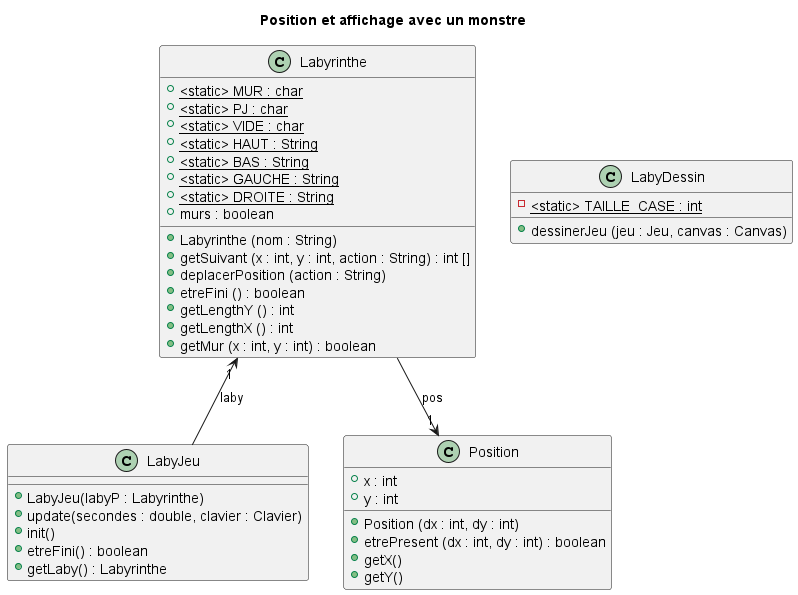
Above: racine_depot/documents/version_2/diagClass_posInitiale-Position_et_affichage_avec_un_monstre.png in Hugo-COLLIN/BUT_INFO_S2_2022_Zeldiablo (PlantUML), before the change.
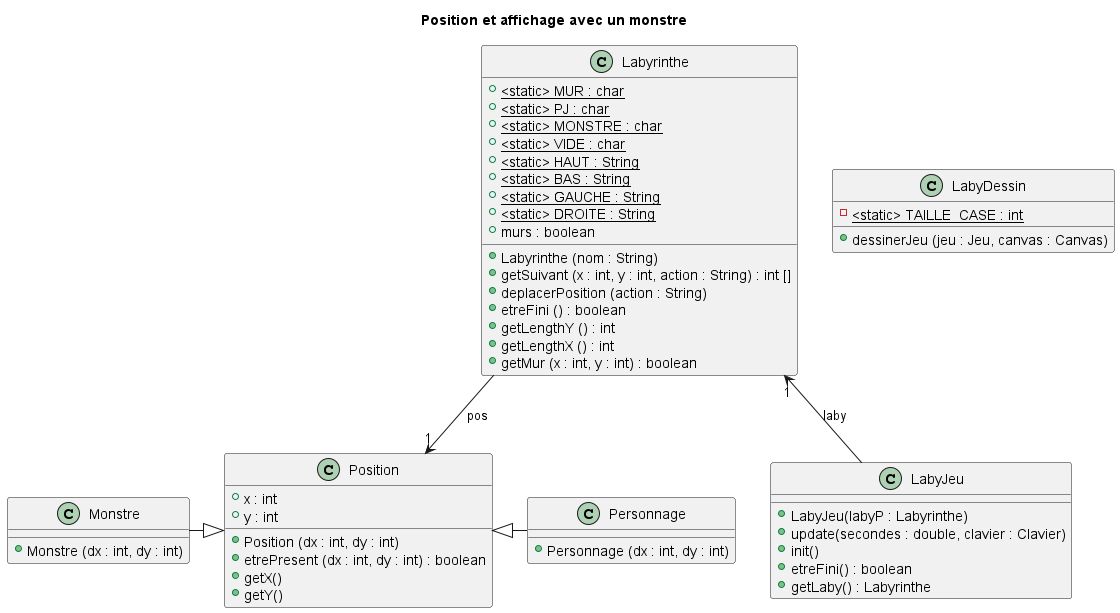
The same diagram one commit later.

Commit message:
diagClass update avec extends position

The edit, as a diff of the source:
```diff
@@ -4,6 +4,7 @@
 class Labyrinthe {
     + <static> MUR : char {static}
     + <static> PJ : char {static}
+    + <static> MONSTRE : char {static}
     + <static> VIDE : char {static}
     + <static> HAUT : String {static}
     + <static> BAS : String {static}
@@ -43,7 +44,18 @@
     + getY()
 }
 
+class Personnage {
+    + Personnage (dx : int, dy : int)
+}
+
+class Monstre {
+    + Monstre (dx : int, dy : int)
+}
+
 Labyrinthe --> Position : pos "1"
 Labyrinthe "1" <-- LabyJeu : laby
 
+Monstre -|> Position
+Personnage -|> Position
+
 @enduml
```
